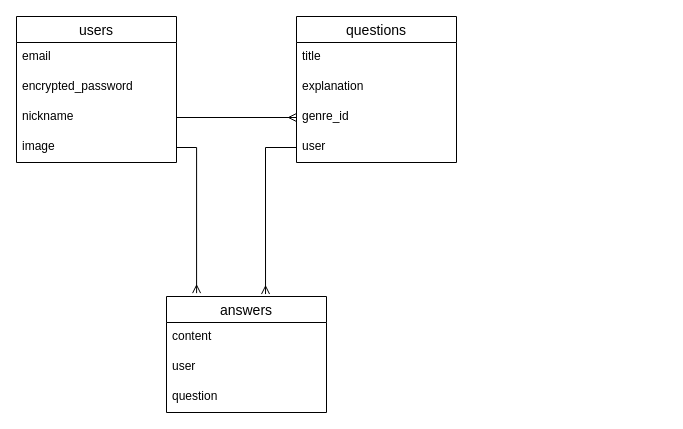
Before: nurse.dio in kei-toriki/nurse_app, a draw.io diagram. Source tidied: cells renumbered, new cells numbered last; positions are measured from the earlier drawing's top-left corner, leaving out a move shared by most shapes. Both pictures are drawn from the tidied source at 100%, with x=0, y=0 at pixel (16, 16).
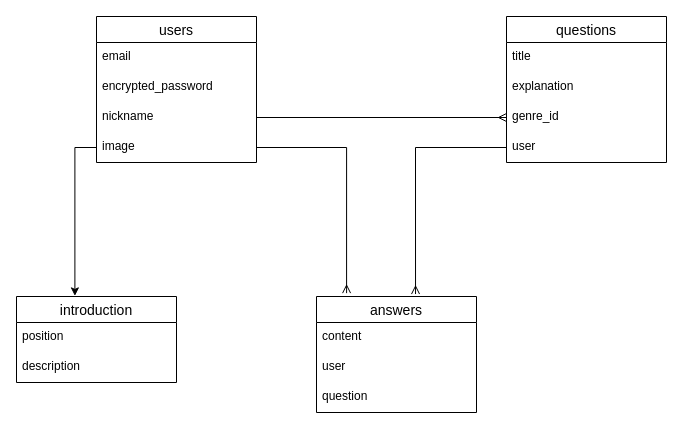
After the change.

The change refers to these unchanged cells:
```xml
<mxCell id="15" value="image" style="text;strokeColor=none;fillColor=none;spacingLeft=4;spacingRight=4;overflow=hidden;points=[[0,0.5],[1,0.5]];portConstraint=eastwest;fontSize=12;" parent="11" vertex="1">
  <mxGeometry y="116" width="160" height="30" as="geometry" />
</mxCell>
```

Change to the diagram source:
```diff
@@
     <mxCell id="2" value="answers" style="swimlane;fontStyle=0;horizontal=1;startSize=26;align=center;fontSize=14;" parent="1" vertex="1">
-      <mxGeometry x="150" y="280" width="160" height="116" as="geometry" />
+      <mxGeometry x="300" y="280" width="160" height="116" as="geometry" />
     </mxCell>
@@
     <mxCell id="6" value="questions" style="swimlane;fontStyle=0;horizontal=1;startSize=26;align=center;fontSize=14;" parent="1" vertex="1">
-      <mxGeometry x="280" width="160" height="146" as="geometry" />
+      <mxGeometry x="490" width="160" height="146" as="geometry" />
     </mxCell>
@@
     <mxCell id="11" value="users" style="swimlane;fontStyle=0;horizontal=1;startSize=26;align=center;fontSize=14;" parent="1" vertex="1">
-      <mxGeometry width="160" height="146" as="geometry" />
+      <mxGeometry x="80" width="160" height="146" as="geometry" />
     </mxCell>
@@
+    <mxCell id="19" value="introduction" style="swimlane;fontStyle=0;horizontal=1;startSize=26;align=center;fontSize=14;" parent="1" vertex="1">
+      <mxGeometry y="280" width="160" height="86" as="geometry" />
+    </mxCell>
+    <mxCell id="20" value="position" style="text;strokeColor=none;fillColor=none;spacingLeft=4;spacingRight=4;overflow=hidden;fontSize=12;" parent="19" vertex="1">
+      <mxGeometry y="26" width="160" height="30" as="geometry" />
+    </mxCell>
+    <mxCell id="21" value="description" style="text;strokeColor=none;fillColor=none;spacingLeft=4;spacingRight=4;overflow=hidden;fontSize=12;" parent="19" vertex="1">
+      <mxGeometry y="56" width="160" height="30" as="geometry" />
+    </mxCell>
+    <mxCell id="22" style="edgeStyle=orthogonalEdgeStyle;rounded=0;jettySize=auto;html=1;exitX=0;exitY=0.5;exitDx=0;exitDy=0;entryX=0.365;entryY=-0.007;entryDx=0;entryDy=0;entryPerimeter=0;" parent="1" edge="1" source="15" target="19">
+      <mxGeometry relative="1" as="geometry" />
+    </mxCell>
```
